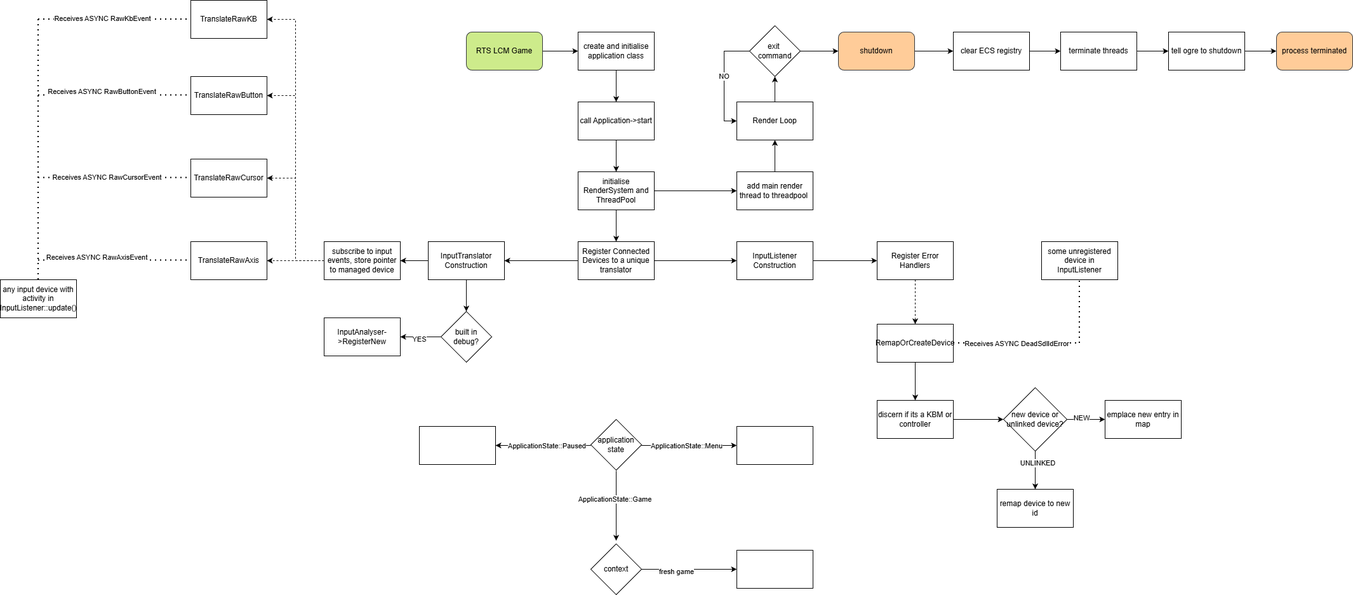
Earlier version of the draw.io export documents/CFD.png (Henry-Frodsham/RTS-LCM-Game). Source tidied: cells renumbered, new cells last; positions are measured from the earlier drawing's top-left corner, leaving out a move shared by most shapes.
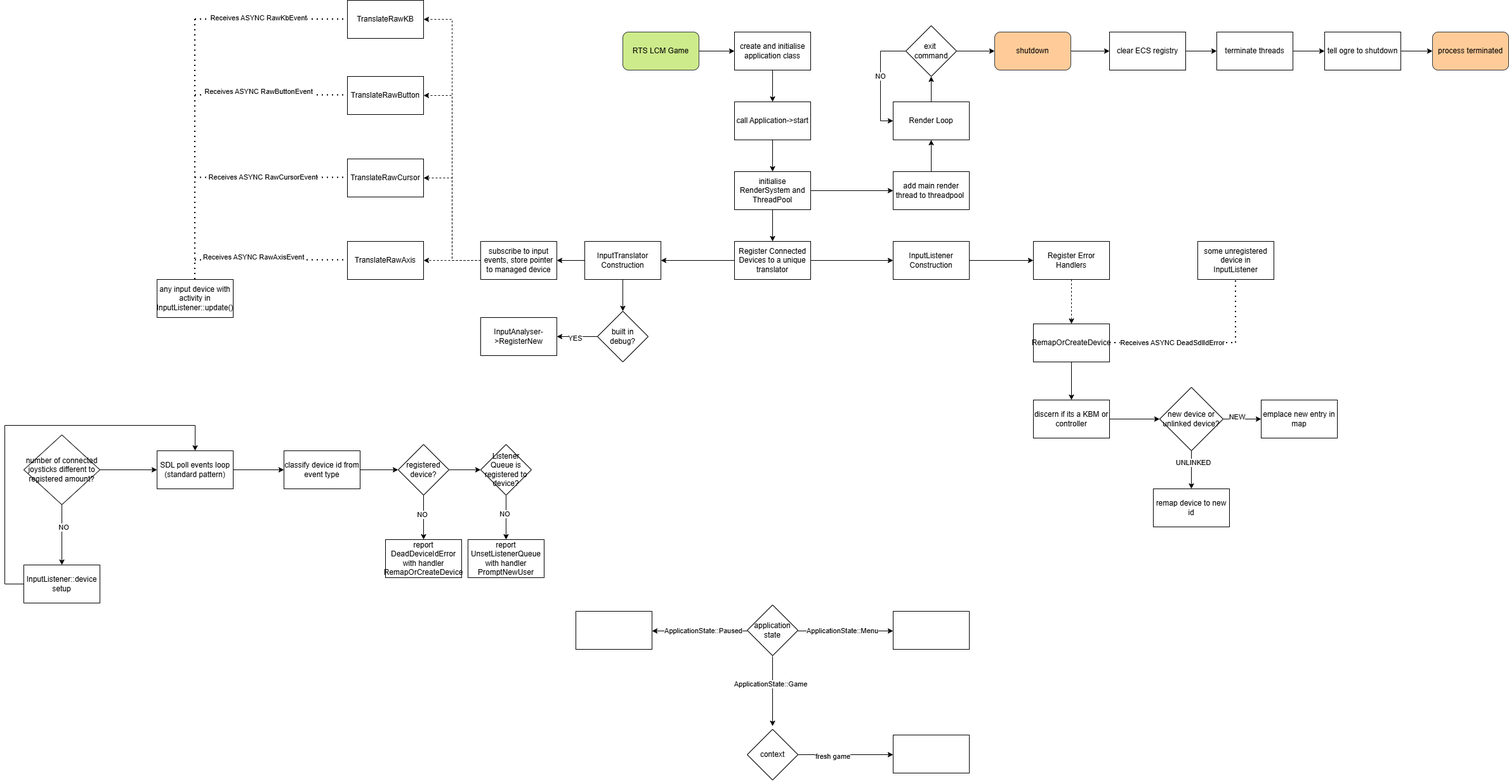
After the commit.

What changed in the source:
```diff
@@ -22,8 +22,8 @@
     </mxCell>
     <mxCell id="8" style="edgeStyle=orthogonalEdgeStyle;rounded=0;orthogonalLoop=1;jettySize=auto;html=1;" parent="1" edge="1">
       <mxGeometry relative="1" as="geometry">
-        <mxPoint x="930" y="701" as="sourcePoint" />
-        <mxPoint x="780" y="701" as="targetPoint" />
+        <mxPoint x="930" y="994" as="sourcePoint" />
+        <mxPoint x="780" y="994" as="targetPoint" />
       </mxGeometry>
     </mxCell>
     <mxCell id="9" value="ApplicationState::Paused" style="edgeLabel;html=1;align=center;verticalAlign=middle;" parent="8" vertex="1">
@@ -33,16 +33,17 @@
     </mxCell>
     <mxCell id="10" style="edgeStyle=orthogonalEdgeStyle;rounded=0;orthogonalLoop=1;jettySize=auto;html=1;" parent="1" edge="1">
       <mxGeometry relative="1" as="geometry">
-        <mxPoint x="970" y="741" as="sourcePoint" />
-        <mxPoint x="970" y="851" as="targetPoint" />
+        <mxPoint x="970" y="1034" as="sourcePoint" />
+        <mxPoint x="970" y="1144" as="targetPoint" />
       </mxGeometry>
     </mxCell>
     <mxCell id="11" value="ApplicationState::Game" style="edgeLabel;html=1;align=center;verticalAlign=middle;" parent="10" vertex="1">
       <mxGeometry x="-0.2" y="-3" relative="1" as="geometry" />
     </mxCell>
-    <mxCell id="12" style="edgeStyle=orthogonalEdgeStyle;rounded=0;jettySize=auto;html=1;" parent="1" edge="1" target="16">
+    <mxCell id="12" style="edgeStyle=orthogonalEdgeStyle;rounded=0;orthogonalLoop=1;jettySize=auto;html=1;" parent="1" edge="1">
       <mxGeometry relative="1" as="geometry">
-        <mxPoint x="1010" y="701" as="sourcePoint" />
+        <mxPoint x="1010" y="994" as="sourcePoint" />
+        <mxPoint x="1160" y="994" as="targetPoint" />
       </mxGeometry>
     </mxCell>
     <mxCell id="13" value="ApplicationState::Menu" style="edgeLabel;html=1;align=center;verticalAlign=middle;" parent="12" vertex="1">
@@ -51,13 +52,13 @@
       </mxGeometry>
     </mxCell>
     <mxCell id="14" value="application state" style="rhombus;whiteSpace=wrap;html=1;" parent="1" vertex="1">
-      <mxGeometry x="930" y="660" width="80" height="80" as="geometry" />
+      <mxGeometry x="930" y="953" width="80" height="80" as="geometry" />
     </mxCell>
     <mxCell id="15" style="rounded=0;whiteSpace=wrap;html=1;" parent="1" vertex="1">
-      <mxGeometry x="660" y="671" width="120" height="60" as="geometry" />
+      <mxGeometry x="660" y="963" width="120" height="60" as="geometry" />
     </mxCell>
     <mxCell id="16" style="rounded=0;whiteSpace=wrap;html=1;" parent="1" vertex="1">
-      <mxGeometry x="1160" y="671" width="120" height="60" as="geometry" />
+      <mxGeometry x="1160" y="963" width="120" height="60" as="geometry" />
     </mxCell>
     <mxCell id="17" style="edgeStyle=orthogonalEdgeStyle;rounded=0;jettySize=auto;html=1;" parent="1" edge="1" source="19" target="21">
       <mxGeometry relative="1" as="geometry" />
@@ -128,17 +129,19 @@
     <mxCell id="36" value="process terminated" style="rounded=1;whiteSpace=wrap;html=1;fillColor=light-dark(#FFCC99,#5E0000);strokeColor=#36393d;" parent="1" vertex="1">
       <mxGeometry x="2010" y="50" width="120" height="60" as="geometry" />
     </mxCell>
-    <mxCell id="37" style="edgeStyle=orthogonalEdgeStyle;rounded=0;jettySize=auto;html=1;" parent="1" edge="1" source="39" target="40">
-      <mxGeometry relative="1" as="geometry" />
+    <mxCell id="37" style="edgeStyle=orthogonalEdgeStyle;rounded=0;jettySize=auto;html=1;" parent="1" edge="1" source="39">
+      <mxGeometry relative="1" as="geometry">
+        <mxPoint x="1160" y="1189" as="targetPoint" />
+      </mxGeometry>
     </mxCell>
     <mxCell id="38" value="fresh game" style="edgeLabel;html=1;align=center;verticalAlign=middle;" parent="37" vertex="1">
       <mxGeometry x="-0.28" y="-3" relative="1" as="geometry" />
     </mxCell>
     <mxCell id="39" value="context" style="rhombus;whiteSpace=wrap;html=1;" parent="1" vertex="1">
-      <mxGeometry x="930" y="856" width="80" height="80" as="geometry" />
+      <mxGeometry x="930" y="1149" width="80" height="80" as="geometry" />
     </mxCell>
     <mxCell id="40" style="rounded=0;whiteSpace=wrap;html=1;" parent="1" vertex="1">
-      <mxGeometry x="1160" y="866" width="120" height="60" as="geometry" />
+      <mxGeometry x="1160" y="1158" width="120" height="60" as="geometry" />
     </mxCell>
     <mxCell id="41" style="edgeStyle=orthogonalEdgeStyle;rounded=0;jettySize=auto;html=1;entryX=0;entryY=0.5;entryDx=0;entryDy=0;" parent="1" edge="1" source="43" target="45">
       <mxGeometry relative="1" as="geometry" />
@@ -311,5 +314,68 @@
     <mxCell id="88" value="remap device to new id" style="rounded=0;whiteSpace=wrap;html=1;" parent="1" vertex="1">
       <mxGeometry x="1570" y="770" width="120" height="60" as="geometry" />
     </mxCell>
+    <mxCell id="89" style="edgeStyle=orthogonalEdgeStyle;rounded=0;jettySize=auto;html=1;" parent="1" edge="1" source="90" target="98">
+      <mxGeometry relative="1" as="geometry" />
+    </mxCell>
+    <mxCell id="90" value="SDL poll events loop (standard pattern)" style="rounded=0;whiteSpace=wrap;html=1;" parent="1" vertex="1">
+      <mxGeometry y="710" width="120" height="60" as="geometry" />
+    </mxCell>
+    <mxCell id="91" style="edgeStyle=orthogonalEdgeStyle;rounded=0;jettySize=auto;html=1;entryX=0.5;entryY=0;entryDx=0;entryDy=0;" parent="1" edge="1" source="94" target="96">
+      <mxGeometry relative="1" as="geometry" />
+    </mxCell>
+    <mxCell id="92" value="NO" style="edgeLabel;html=1;align=center;verticalAlign=middle;" parent="91" vertex="1">
+      <mxGeometry x="-0.26" y="3" relative="1" as="geometry" />
+    </mxCell>
+    <mxCell id="93" style="edgeStyle=orthogonalEdgeStyle;rounded=0;jettySize=auto;html=1;" parent="1" edge="1" source="94" target="90">
+      <mxGeometry relative="1" as="geometry" />
+    </mxCell>
+    <mxCell id="94" value="number of connected joysticks different to registered amount?" style="rhombus;whiteSpace=wrap;html=1;" parent="1" vertex="1">
+      <mxGeometry x="-210" y="685" width="120" height="110" as="geometry" />
+    </mxCell>
+    <mxCell id="95" style="edgeStyle=orthogonalEdgeStyle;rounded=0;jettySize=auto;html=1;entryX=0.5;entryY=0;entryDx=0;entryDy=0;" parent="1" edge="1" source="96" target="90">
+      <mxGeometry relative="1" as="geometry">
+        <Array as="points">
+          <mxPoint x="-240" y="920" />
+          <mxPoint x="-240" y="670" />
+          <mxPoint x="60" y="670" />
+        </Array>
+      </mxGeometry>
+    </mxCell>
+    <mxCell id="96" value="InputListener::device setup" style="rounded=0;whiteSpace=wrap;html=1;" parent="1" vertex="1">
+      <mxGeometry x="-210" y="890" width="120" height="60" as="geometry" />
+    </mxCell>
+    <mxCell id="97" style="edgeStyle=orthogonalEdgeStyle;rounded=0;jettySize=auto;html=1;" parent="1" edge="1" source="98" target="102">
+      <mxGeometry relative="1" as="geometry" />
+    </mxCell>
+    <mxCell id="98" value="classify device id from event type" style="rounded=0;whiteSpace=wrap;html=1;" parent="1" vertex="1">
+      <mxGeometry x="200" y="710" width="120" height="60" as="geometry" />
+    </mxCell>
+    <mxCell id="99" style="edgeStyle=orthogonalEdgeStyle;rounded=0;jettySize=auto;html=1;" parent="1" edge="1" source="102" target="103">
+      <mxGeometry relative="1" as="geometry" />
+    </mxCell>
+    <mxCell id="100" value="NO" style="edgeLabel;html=1;align=center;verticalAlign=middle;" parent="99" vertex="1">
+      <mxGeometry x="-0.12" y="-2" relative="1" as="geometry" />
+    </mxCell>
+    <mxCell id="101" style="edgeStyle=orthogonalEdgeStyle;rounded=0;jettySize=auto;html=1;" parent="1" edge="1" source="102" target="106">
+      <mxGeometry relative="1" as="geometry" />
+    </mxCell>
+    <mxCell id="102" value="registered device?" style="rhombus;whiteSpace=wrap;html=1;" parent="1" vertex="1">
+      <mxGeometry x="380" y="700" width="80" height="80" as="geometry" />
+    </mxCell>
+    <mxCell id="103" value="report DeadDeviceIdError with handler RemapOrCreateDevice" style="rounded=0;whiteSpace=wrap;html=1;" parent="1" vertex="1">
+      <mxGeometry x="360" y="850" width="120" height="60" as="geometry" />
+    </mxCell>
+    <mxCell id="104" style="edgeStyle=orthogonalEdgeStyle;rounded=0;jettySize=auto;html=1;" parent="1" edge="1" source="106" target="107">
+      <mxGeometry relative="1" as="geometry" />
+    </mxCell>
+    <mxCell id="105" value="NO" style="edgeLabel;html=1;align=center;verticalAlign=middle;" parent="104" vertex="1">
+      <mxGeometry x="-0.16" y="-2" relative="1" as="geometry" />
+    </mxCell>
+    <mxCell id="106" value="Listener Queue is registered to device?" style="rhombus;whiteSpace=wrap;html=1;" parent="1" vertex="1">
+      <mxGeometry x="510" y="700" width="80" height="80" as="geometry" />
+    </mxCell>
+    <mxCell id="107" value="report UnsetListenerQueue with handler PromptNewUser" style="rounded=0;whiteSpace=wrap;html=1;" parent="1" vertex="1">
+      <mxGeometry x="490" y="850" width="120" height="60" as="geometry" />
+    </mxCell>
   </root>
 </mxGraphModel>
```
